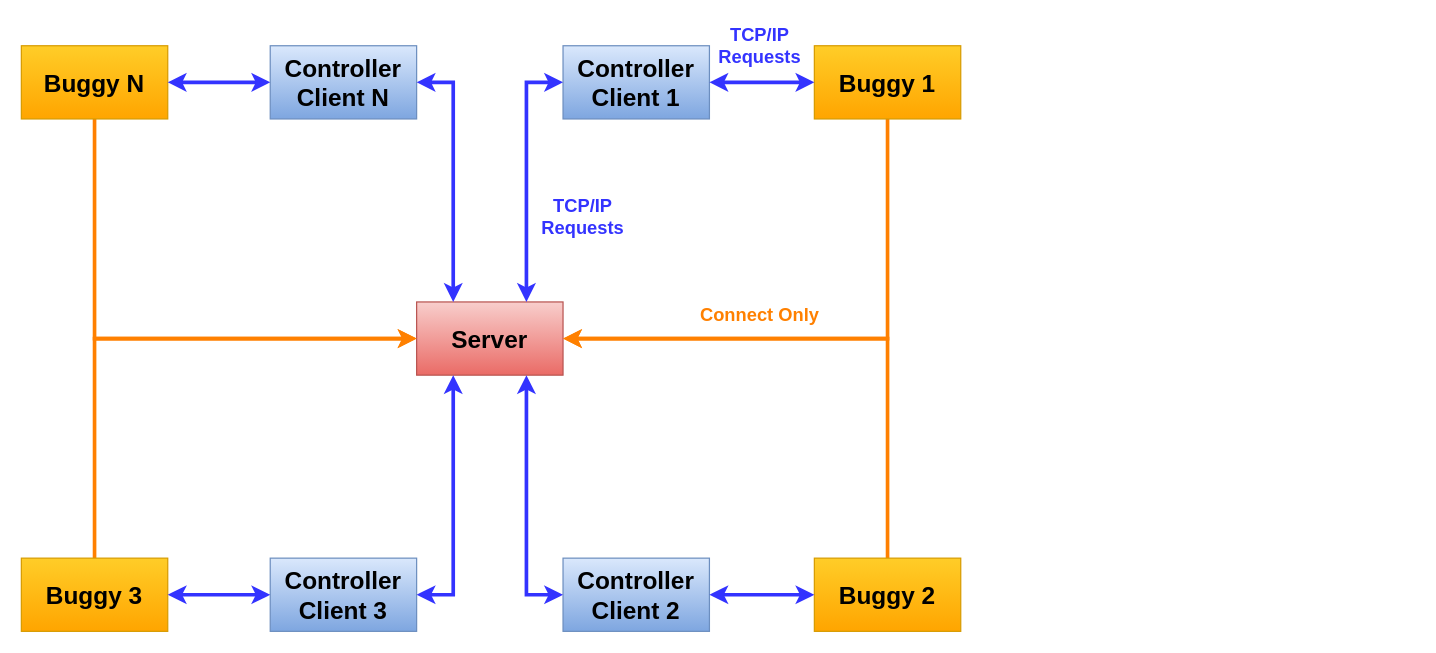
zed95/SOFT564Z-CW keeps this draw.io diagram as Documentation/Design/Diagrams/System Connections.drawio. Above is the earlier version. Source tidied: cells renumbered, new cells numbered last; positions are measured from the earlier drawing's top-left corner, leaving out a move shared by most shapes. Both pictures are drawn from the tidied source at 122%, with x=0, y=0 at pixel (21, 21).
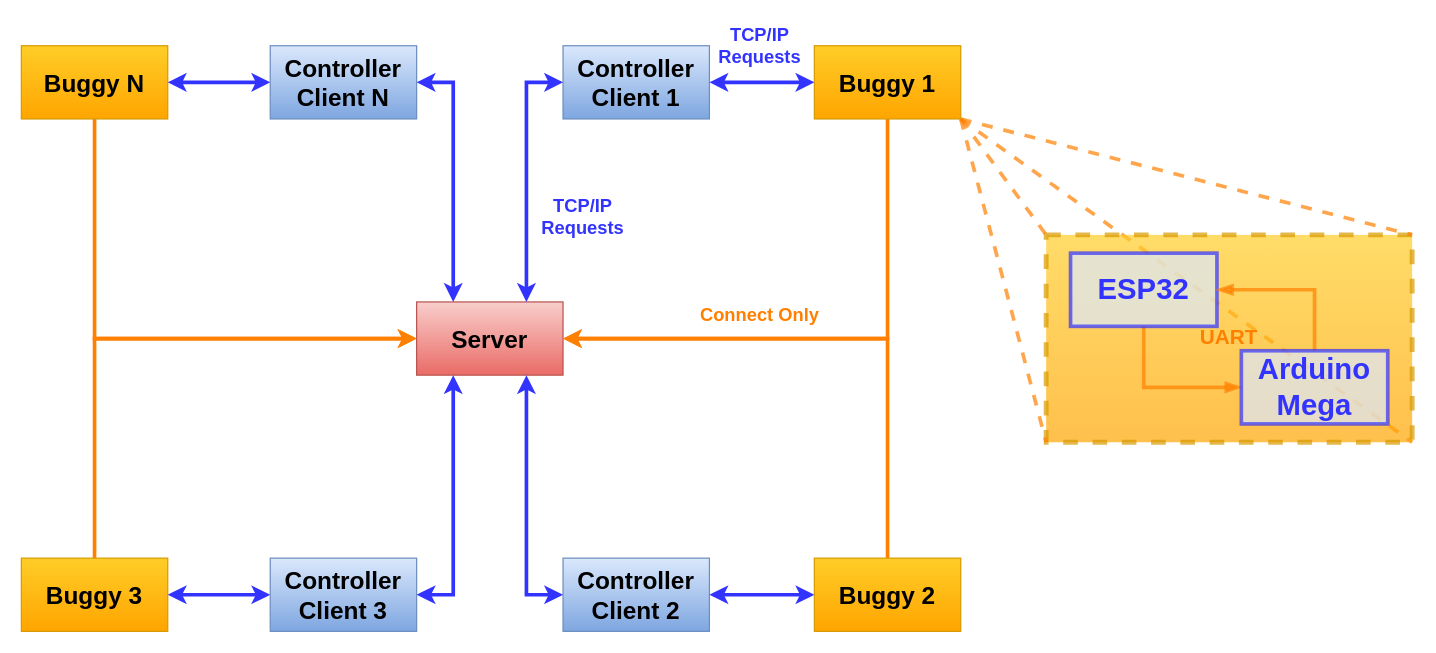
Above is the later version.

The change refers to these unchanged cells:
```xml
<mxCell id="18" value="&lt;b&gt;&lt;font style=&quot;font-size: 20px&quot;&gt;Buggy 1&lt;/font&gt;&lt;/b&gt;" style="rounded=0;whiteSpace=wrap;html=1;gradientColor=#ffa500;fillColor=#ffcd28;strokeColor=#d79b00;" parent="1" vertex="1">
  <mxGeometry x="650" y="20" width="120" height="60" as="geometry" />
</mxCell>
```

The edit, as a diff of the source:
```diff
@@
+    <mxCell id="26" style="endArrow=none;dashed=1;html=1;strokeColor=#FF8000;strokeWidth=3;opacity=70;entryX=1;entryY=1;entryDx=0;entryDy=0;exitX=1;exitY=1;exitDx=0;exitDy=0;" parent="1" edge="1" source="18" target="27">
+      <mxGeometry relative="1" as="geometry" />
+    </mxCell>
@@
+    <mxCell id="27" style="rounded=0;whiteSpace=wrap;html=1;opacity=70;dashed=1;strokeWidth=4;gradientColor=#ffa500;fillColor=#ffcd28;strokeColor=#d79b00;" parent="1" vertex="1">
+      <mxGeometry x="840" y="175" width="300" height="170" as="geometry" />
+    </mxCell>
+    <mxCell id="28" style="edgeStyle=orthogonalEdgeStyle;rounded=0;jettySize=auto;html=1;exitX=0.5;exitY=1;exitDx=0;exitDy=0;entryX=0;entryY=0.5;entryDx=0;entryDy=0;strokeColor=#FF8000;strokeWidth=3;opacity=70;endArrow=blockThin;endFill=1;" parent="1" edge="1" source="29" target="31">
+      <mxGeometry relative="1" as="geometry" />
+    </mxCell>
+    <mxCell id="29" value="&lt;b&gt;&lt;font style=&quot;font-size: 24px&quot; color=&quot;#3333ff&quot;&gt;ESP32&lt;/font&gt;&lt;/b&gt;" style="rounded=0;whiteSpace=wrap;html=1;strokeWidth=3;opacity=70;fillColor=#dae8fc;strokeColor=#3333FF;" parent="1" vertex="1">
+      <mxGeometry x="860" y="190" width="120" height="60" as="geometry" />
+    </mxCell>
+    <mxCell id="30" style="edgeStyle=orthogonalEdgeStyle;rounded=0;jettySize=auto;html=1;exitX=0.5;exitY=0;exitDx=0;exitDy=0;entryX=1;entryY=0.5;entryDx=0;entryDy=0;strokeColor=#FF8000;strokeWidth=3;opacity=70;endArrow=blockThin;endFill=1;" parent="1" edge="1" source="31" target="29">
+      <mxGeometry relative="1" as="geometry" />
+    </mxCell>
+    <mxCell id="31" value="&lt;font style=&quot;font-size: 24px&quot; color=&quot;#3333ff&quot;&gt;&lt;b&gt;Arduino Mega&lt;/b&gt;&lt;/font&gt;" style="rounded=0;whiteSpace=wrap;html=1;strokeWidth=3;opacity=70;fillColor=#dae8fc;strokeColor=#3333FF;" parent="1" vertex="1">
+      <mxGeometry x="1000" y="270" width="120" height="60" as="geometry" />
+    </mxCell>
+    <mxCell id="32" style="endArrow=none;dashed=1;html=1;entryX=0;entryY=0;entryDx=0;entryDy=0;exitX=1;exitY=1;exitDx=0;exitDy=0;strokeWidth=3;strokeColor=#FF8000;opacity=70;" parent="1" edge="1" source="18" target="27">
+      <mxGeometry relative="1" as="geometry" />
+    </mxCell>
+    <mxCell id="33" style="endArrow=none;dashed=1;html=1;strokeColor=#FF8000;strokeWidth=3;opacity=70;entryX=0;entryY=1;entryDx=0;entryDy=0;exitX=1;exitY=1;exitDx=0;exitDy=0;" parent="1" edge="1" source="18" target="27">
+      <mxGeometry relative="1" as="geometry" />
+    </mxCell>
+    <mxCell id="34" style="endArrow=none;dashed=1;html=1;strokeColor=#FF8000;strokeWidth=3;opacity=70;entryX=1;entryY=0;entryDx=0;entryDy=0;exitX=1;exitY=1;exitDx=0;exitDy=0;" parent="1" edge="1" source="18" target="27">
+      <mxGeometry relative="1" as="geometry" />
+    </mxCell>
+    <mxCell id="35" value="&lt;font color=&quot;#ff8000&quot; size=&quot;1&quot;&gt;&lt;b style=&quot;font-size: 17px&quot;&gt;UART&lt;/b&gt;&lt;/font&gt;" style="text;html=1;strokeColor=none;fillColor=none;align=center;verticalAlign=middle;whiteSpace=wrap;rounded=0;opacity=70;" parent="1" vertex="1">
+      <mxGeometry x="970" y="250" width="40" height="20" as="geometry" />
+    </mxCell>
```
